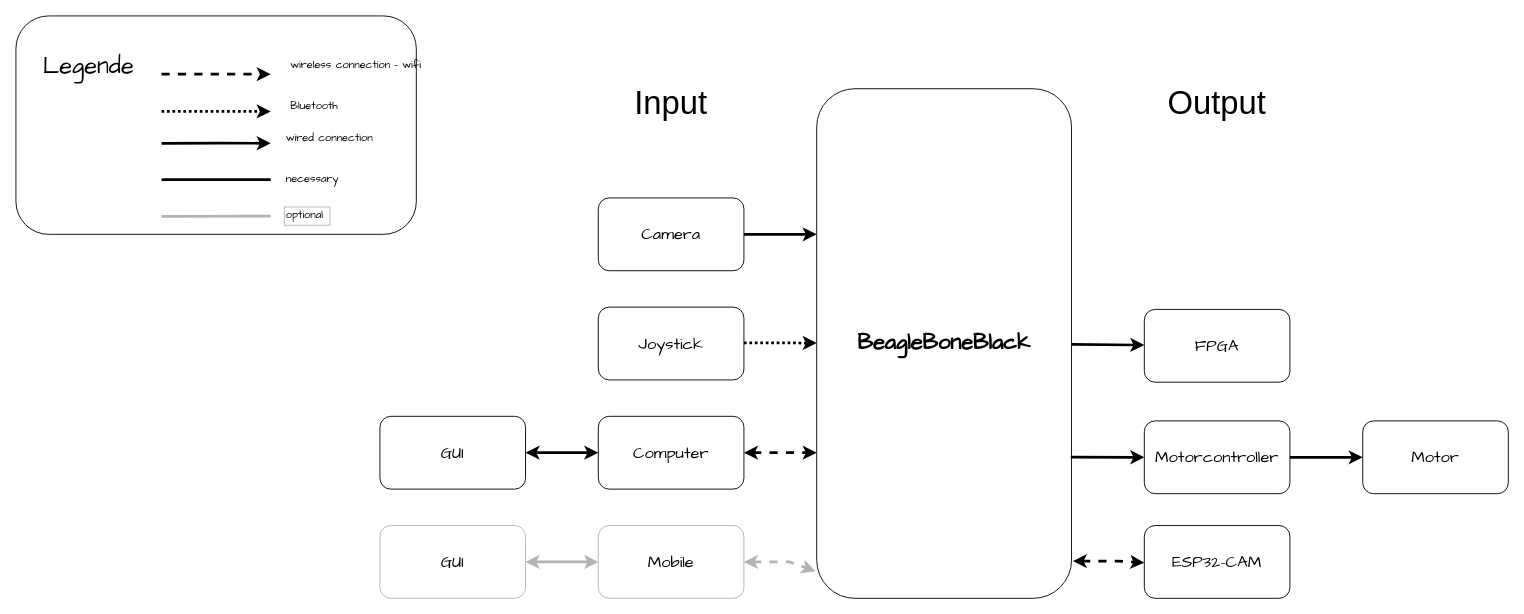
Earlier version of the draw.io diagram Software/Doku/overview.drawio (OgLocGreen/proyecto_sistema_mecatronico_industrial). Source tidied: cells renumbered, new cells numbered last; positions are measured from the earlier drawing's top-left corner, leaving out a move shared by most shapes. Both pictures are drawn from the tidied source at 91%, with x=0, y=0 at pixel (15, 15).
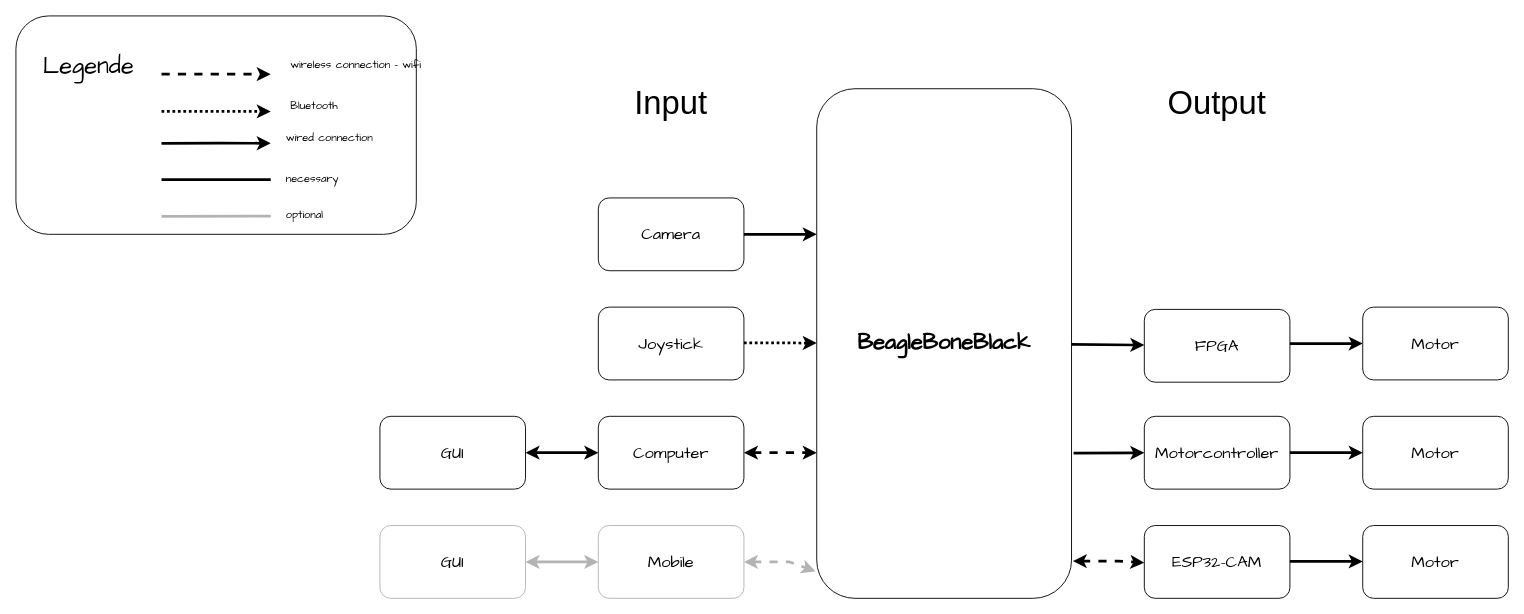
Above is the later version.

Commit message (it also covers changes not shown here):
reworked Overview

Unchanged cells that the change refers to:
```xml
<mxCell id="5" value="&lt;h1&gt;&lt;font style=&quot;font-size: 24px&quot;&gt;BeagleBoneBlack&lt;/font&gt;&lt;/h1&gt;" style="rounded=1;whiteSpace=wrap;html=1;fontFamily=Comic Sans MS;" parent="1" vertex="1">
  <mxGeometry x="880" y="80" width="280" height="560" as="geometry" />
</mxCell>
```

Change to the diagram source:
```diff
@@
     <mxCell id="7" value="&lt;font style=&quot;font-size: 18px&quot;&gt;Motorcontroller&lt;/font&gt;" style="rounded=1;whiteSpace=wrap;html=1;fontFamily=Comic Sans MS;" parent="1" vertex="1">
-      <mxGeometry x="1240" y="445" width="160" height="80" as="geometry" />
+      <mxGeometry x="1240" y="440" width="160" height="80" as="geometry" />
     </mxCell>
@@
     <mxCell id="16" value="&lt;font style=&quot;font-size: 18px&quot;&gt;Motor&lt;/font&gt;" style="rounded=1;whiteSpace=wrap;html=1;fontFamily=Comic Sans MS;" parent="1" vertex="1">
-      <mxGeometry x="1480" y="445" width="160" height="80" as="geometry" />
+      <mxGeometry x="1480" y="440" width="160" height="80" as="geometry" />
     </mxCell>
@@
-    <mxCell id="19" style="endArrow=classic;html=1;rounded=0;strokeWidth=3;entryX=0;entryY=0.5;entryDx=0;entryDy=0;exitX=0.997;exitY=0.723;exitDx=0;exitDy=0;exitPerimeter=0;fontFamily=Comic Sans MS;" parent="1" edge="1" source="5" target="7">
+    <mxCell id="19" style="endArrow=classic;html=1;rounded=0;strokeWidth=3;entryX=0;entryY=0.5;entryDx=0;entryDy=0;exitX=1.008;exitY=0.715;exitDx=0;exitDy=0;exitPerimeter=0;fontFamily=Comic Sans MS;" parent="1" edge="1" source="5" target="7">
       <mxGeometry relative="1" as="geometry" />
     </mxCell>
@@
-    <mxCell id="37" value="optional" style="text;html=1;align=left;verticalAlign=middle;strokeColor=#B3B3B3;fillColor=none;fontFamily=Comic Sans MS;" parent="1" vertex="1">
+    <mxCell id="37" value="optional" style="text;html=1;align=left;verticalAlign=middle;strokeColor=none;fillColor=none;fontFamily=Comic Sans MS;" parent="1" vertex="1">
       <mxGeometry x="295" y="210" width="50" height="20" as="geometry" />
     </mxCell>
+    <mxCell id="38" style="endArrow=classic;html=1;rounded=0;strokeWidth=3;exitX=1;exitY=0.5;exitDx=0;exitDy=0;entryX=0;entryY=0.5;entryDx=0;entryDy=0;fontFamily=Comic Sans MS;" parent="1" edge="1" target="39">
+      <mxGeometry relative="1" as="geometry">
+        <mxPoint x="1400" y="360" as="sourcePoint" />
+      </mxGeometry>
+    </mxCell>
+    <mxCell id="39" value="&lt;font style=&quot;font-size: 18px&quot;&gt;Motor&lt;/font&gt;" style="rounded=1;whiteSpace=wrap;html=1;fontFamily=Comic Sans MS;" parent="1" vertex="1">
+      <mxGeometry x="1480" y="320" width="160" height="80" as="geometry" />
+    </mxCell>
+    <mxCell id="40" value="&lt;font style=&quot;font-size: 18px&quot;&gt;Motor&lt;/font&gt;" style="rounded=1;whiteSpace=wrap;html=1;fontFamily=Comic Sans MS;" parent="1" vertex="1">
+      <mxGeometry x="1480" y="560" width="160" height="80" as="geometry" />
+    </mxCell>
+    <mxCell id="41" style="endArrow=classic;html=1;rounded=0;strokeWidth=3;exitX=1;exitY=0.5;exitDx=0;exitDy=0;entryX=0;entryY=0.5;entryDx=0;entryDy=0;fontFamily=Comic Sans MS;" parent="1" edge="1">
+      <mxGeometry relative="1" as="geometry">
+        <mxPoint x="1400" y="599.5" as="sourcePoint" />
+        <mxPoint x="1480" y="599.5" as="targetPoint" />
+      </mxGeometry>
+    </mxCell>
```
